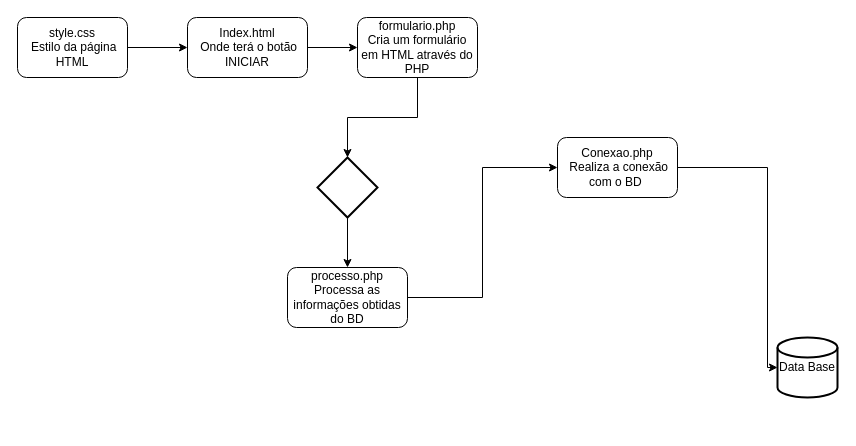
The draw.io diagram crudPhp/FormulárioPesquisa.drawio in DanneMello/projetosphp, before the edit. Source tidied: cells renumbered, new cells numbered last; positions are measured from the earlier drawing's top-left corner, leaving out a move shared by most shapes. Both pictures are drawn from the tidied source at 100%, with x=0, y=0 at pixel (17, 17).
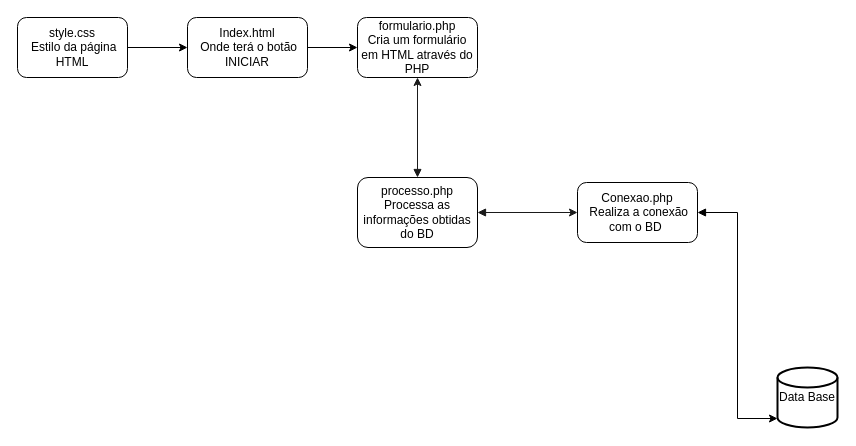
After the change.

What changed in the source:
```diff
@@
 <mxGraphModel>
   <root>
     <mxCell id="0" />
     <mxCell id="1" parent="0" />
     <mxCell id="2" style="edgeStyle=orthogonalEdgeStyle;rounded=0;jettySize=auto;html=1;" parent="1" edge="1" source="3" target="5">
       <mxGeometry relative="1" as="geometry" />
     </mxCell>
     <mxCell id="3" value="Index.html&lt;br&gt;&amp;nbsp;Onde terá o botão INICIAR" style="rounded=1;whiteSpace=wrap;html=1;" parent="1" vertex="1">
       <mxGeometry x="170" width="120" height="60" as="geometry" />
     </mxCell>
-    <mxCell id="4" style="edgeStyle=orthogonalEdgeStyle;rounded=0;jettySize=auto;html=1;endArrow=classic;endFill=1;" parent="1" edge="1" source="5" target="14">
-      <mxGeometry relative="1" as="geometry" />
-    </mxCell>
     <mxCell id="5" value="formulario.php&lt;br&gt;Cria um formulário em HTML através do PHP" style="rounded=1;whiteSpace=wrap;html=1;" parent="1" vertex="1">
       <mxGeometry x="340" width="120" height="60" as="geometry" />
     </mxCell>
-    <mxCell id="6" style="edgeStyle=orthogonalEdgeStyle;rounded=0;jettySize=auto;html=1;endArrow=classic;endFill=1;" parent="1" edge="1" source="7" target="12">
-      <mxGeometry relative="1" as="geometry">
-        <Array as="points">
-          <mxPoint x="750" y="350" />
-        </Array>
-      </mxGeometry>
+    <mxCell id="6" style="edgeStyle=orthogonalEdgeStyle;rounded=0;jettySize=auto;html=1;entryX=0;entryY=0.85;entryDx=0;entryDy=0;entryPerimeter=0;endArrow=classic;endFill=1;startArrow=block;startFill=1;" parent="1" edge="1" source="7" target="12">
+      <mxGeometry relative="1" as="geometry" />
     </mxCell>
     <mxCell id="7" value="Conexao.php&lt;br&gt;&amp;nbsp;Realiza a conexão com o BD&amp;nbsp;" style="rounded=1;whiteSpace=wrap;html=1;" parent="1" vertex="1">
-      <mxGeometry x="540" y="120" width="120" height="60" as="geometry" />
+      <mxGeometry x="560" y="165" width="120" height="60" as="geometry" />
     </mxCell>
     <mxCell id="8" style="edgeStyle=orthogonalEdgeStyle;rounded=0;jettySize=auto;html=1;" parent="1" edge="1" source="9" target="3">
       <mxGeometry relative="1" as="geometry" />
     </mxCell>
     <mxCell id="9" value="style.css&lt;br&gt;&amp;nbsp;Estilo da página HTML" style="rounded=1;whiteSpace=wrap;html=1;" parent="1" vertex="1">
       <mxGeometry width="110" height="60" as="geometry" />
     </mxCell>
-    <mxCell id="10" style="edgeStyle=orthogonalEdgeStyle;rounded=0;jettySize=auto;html=1;entryX=0;entryY=0.5;entryDx=0;entryDy=0;endArrow=classic;endFill=1;" parent="1" edge="1" source="11" target="7">
+    <mxCell id="10" style="edgeStyle=orthogonalEdgeStyle;rounded=0;jettySize=auto;html=1;entryX=0;entryY=0.5;entryDx=0;entryDy=0;endArrow=classic;endFill=1;strokeColor=#1A1A1A;startArrow=block;startFill=1;" parent="1" edge="1" source="11" target="7">
       <mxGeometry relative="1" as="geometry" />
     </mxCell>
+    <mxCell id="15" style="edgeStyle=orthogonalEdgeStyle;rounded=0;jettySize=auto;html=1;startArrow=block;startFill=1;endArrow=classic;endFill=1;strokeColor=#1A1A1A;" parent="1" edge="1" source="11" target="5">
+      <mxGeometry relative="1" as="geometry" />
+    </mxCell>
     <mxCell id="11" value="processo.php&lt;br&gt;Processa as informações obtidas do BD" style="rounded=1;whiteSpace=wrap;html=1;" parent="1" vertex="1">
-      <mxGeometry x="270" y="250" width="120" height="60" as="geometry" />
+      <mxGeometry x="340" y="160" width="120" height="70" as="geometry" />
     </mxCell>
     <mxCell id="12" value="Data Base" style="strokeWidth=2;html=1;shape=mxgraph.flowchart.database;whiteSpace=wrap;" parent="1" vertex="1">
-      <mxGeometry x="760" y="320" width="60" height="60" as="geometry" />
+      <mxGeometry x="760" y="350" width="60" height="60" as="geometry" />
     </mxCell>
-    <mxCell id="13" style="edgeStyle=orthogonalEdgeStyle;rounded=0;jettySize=auto;html=1;endArrow=classic;endFill=1;" parent="1" edge="1" source="14" target="11">
-      <mxGeometry relative="1" as="geometry" />
-    </mxCell>
-    <mxCell id="14" style="strokeWidth=2;html=1;shape=mxgraph.flowchart.decision;whiteSpace=wrap;" parent="1" vertex="1">
-      <mxGeometry x="300" y="140" width="60" height="60" as="geometry" />
-    </mxCell>
   </root>
 </mxGraphModel>
```
